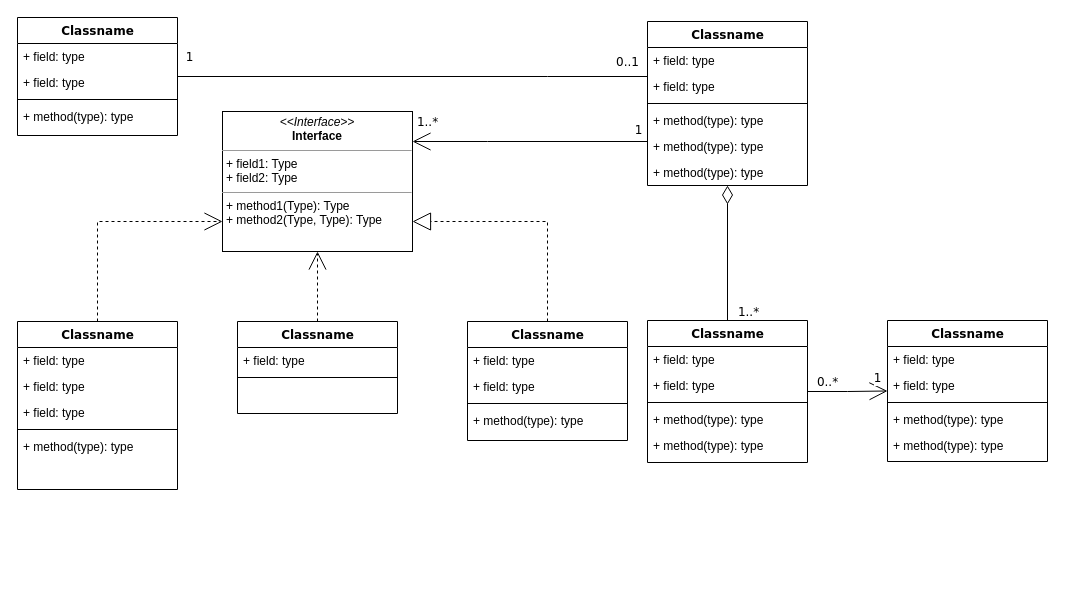
The draw.io diagram page "Page-1" (1 of 2) of bareos.drawio in haclong/drawings, before the edit. Source tidied: cells renumbered, new cells numbered last; positions are measured from the earlier drawing's top-left corner, leaving out a move shared by most shapes. Both pictures are drawn from the tidied source at 100%, with x=0, y=0 at pixel (17, 17).
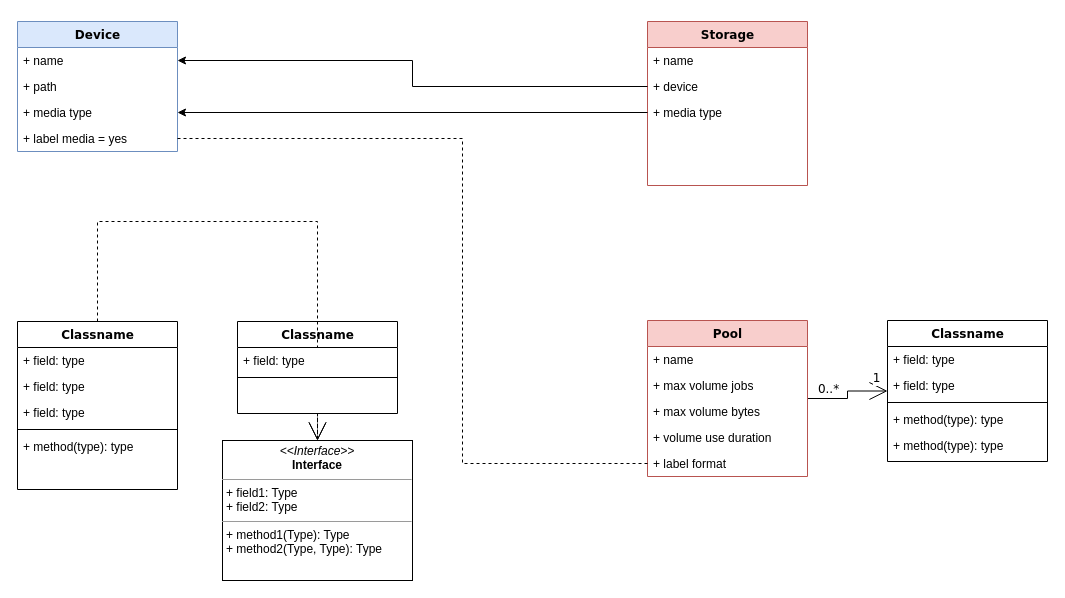
The same diagram, later.

Change to the diagram source:
```diff
@@
-    <mxCell id="9" value="Classname" style="swimlane;html=1;fontStyle=1;align=center;verticalAlign=top;horizontal=1;startSize=26;swimlaneFillColor=#ffffff;rounded=0;shadow=0;comic=0;labelBackgroundColor=none;strokeWidth=1;fillColor=none;fontFamily=Verdana;fontSize=12;" parent="1" vertex="1">
-      <mxGeometry width="160" height="118" as="geometry" />
-    </mxCell>
-    <mxCell id="10" value="+ field: type" style="text;html=1;strokeColor=none;fillColor=none;align=left;verticalAlign=top;spacingLeft=4;spacingRight=4;whiteSpace=wrap;overflow=hidden;points=[[0,0.5],[1,0.5]];portConstraint=eastwest;" parent="9" vertex="1">
-      <mxGeometry y="26" width="160" height="26" as="geometry" />
-    </mxCell>
-    <mxCell id="11" value="+ field: type" style="text;html=1;strokeColor=none;fillColor=none;align=left;verticalAlign=top;spacingLeft=4;spacingRight=4;whiteSpace=wrap;overflow=hidden;" parent="9" vertex="1">
-      <mxGeometry y="52" width="160" height="26" as="geometry" />
-    </mxCell>
-    <mxCell id="12" style="line;html=1;strokeWidth=1;fillColor=none;align=left;verticalAlign=middle;spacingTop=-1;spacingLeft=3;spacingRight=3;labelPosition=right;" parent="9" vertex="1">
-      <mxGeometry y="78" width="160" height="8" as="geometry" />
-    </mxCell>
-    <mxCell id="13" value="+ method(type): type" style="text;html=1;strokeColor=none;fillColor=none;align=left;verticalAlign=top;spacingLeft=4;spacingRight=4;whiteSpace=wrap;overflow=hidden;" parent="9" vertex="1">
-      <mxGeometry y="86" width="160" height="26" as="geometry" />
-    </mxCell>
-    <mxCell id="14" style="edgeStyle=orthogonalEdgeStyle;rounded=0;html=1;labelBackgroundColor=none;startArrow=none;startFill=0;startSize=8;endArrow=open;endFill=0;endSize=16;fontFamily=Verdana;fontSize=12;" parent="1" edge="1" source="20" target="54">
-      <mxGeometry relative="1" as="geometry">
-        <Array as="points">
-          <mxPoint x="470" y="124" />
-          <mxPoint x="470" y="124" />
-        </Array>
-      </mxGeometry>
-    </mxCell>
-    <mxCell id="15" value="1..*" style="text;html=1;align=center;verticalAlign=middle;labelBackgroundColor=#ffffff;fontSize=12;fontFamily=Verdana;" parent="14" vertex="1">
-      <mxGeometry x="0.86" y="2" relative="1" as="geometry">
-        <mxPoint x="-2" y="-22" as="offset" />
-      </mxGeometry>
-    </mxCell>
-    <mxCell id="16" value="1" style="text;html=1;align=center;verticalAlign=middle;labelBackgroundColor=#ffffff;fontSize=12;fontFamily=Verdana;" parent="14" vertex="1">
-      <mxGeometry x="0.36" y="152" relative="1" as="geometry">
-        <mxPoint x="150" y="-164" as="offset" />
-      </mxGeometry>
-    </mxCell>
-    <mxCell id="17" style="edgeStyle=orthogonalEdgeStyle;rounded=0;html=1;labelBackgroundColor=none;startArrow=none;startFill=0;startSize=8;endArrow=none;endFill=0;endSize=16;fontFamily=Verdana;fontSize=12;" parent="1" edge="1" source="20" target="9">
-      <mxGeometry relative="1" as="geometry">
-        <Array as="points">
-          <mxPoint x="530" y="59" />
-          <mxPoint x="530" y="59" />
-        </Array>
-      </mxGeometry>
-    </mxCell>
-    <mxCell id="18" value="0..1" style="text;html=1;align=center;verticalAlign=middle;labelBackgroundColor=#ffffff;fontSize=12;fontFamily=Verdana;" parent="17" vertex="1">
-      <mxGeometry x="-0.57" y="-86" relative="1" as="geometry">
-        <mxPoint x="80" y="71" as="offset" />
-      </mxGeometry>
-    </mxCell>
-    <mxCell id="19" value="1" style="text;html=1;align=center;verticalAlign=middle;labelBackgroundColor=#ffffff;fontSize=12;fontFamily=Verdana;" parent="17" vertex="1">
-      <mxGeometry x="0.89" y="-1" relative="1" as="geometry">
-        <mxPoint x="-15" y="-19" as="offset" />
-      </mxGeometry>
-    </mxCell>
-    <mxCell id="20" value="Classname" style="swimlane;html=1;fontStyle=1;align=center;verticalAlign=top;horizontal=1;startSize=26;swimlaneFillColor=#ffffff;rounded=0;shadow=0;comic=0;labelBackgroundColor=none;strokeWidth=1;fillColor=none;fontFamily=Verdana;fontSize=12;" parent="1" vertex="1">
+    <mxCell id="20" value="Storage" style="swimlane;html=1;fontStyle=1;align=center;verticalAlign=top;horizontal=1;startSize=26;swimlaneFillColor=#ffffff;rounded=0;shadow=0;comic=0;labelBackgroundColor=none;strokeWidth=1;fillColor=#f8cecc;fontFamily=Verdana;fontSize=12;strokeColor=#b85450;" parent="1" vertex="1">
       <mxGeometry x="630" y="4" width="160" height="164" as="geometry" />
     </mxCell>
-    <mxCell id="21" value="+ field: type" style="text;html=1;strokeColor=none;fillColor=none;align=left;verticalAlign=top;spacingLeft=4;spacingRight=4;whiteSpace=wrap;overflow=hidden;" parent="20" vertex="1">
+    <mxCell id="21" value="+ name" style="text;html=1;strokeColor=none;fillColor=none;align=left;verticalAlign=top;spacingLeft=4;spacingRight=4;whiteSpace=wrap;overflow=hidden;" parent="20" vertex="1">
       <mxGeometry y="26" width="160" height="26" as="geometry" />
     </mxCell>
-    <mxCell id="22" value="+ field: type" style="text;html=1;strokeColor=none;fillColor=none;align=left;verticalAlign=top;spacingLeft=4;spacingRight=4;whiteSpace=wrap;overflow=hidden;points=[[0,0.5],[1,0.5]];portConstraint=eastwest;" parent="20" vertex="1">
+    <mxCell id="22" value="+ device" style="text;html=1;strokeColor=none;fillColor=none;align=left;verticalAlign=top;spacingLeft=4;spacingRight=4;whiteSpace=wrap;overflow=hidden;points=[[0,0.5],[1,0.5]];portConstraint=eastwest;" parent="20" vertex="1">
       <mxGeometry y="52" width="160" height="26" as="geometry" />
     </mxCell>
-    <mxCell id="23" style="line;html=1;strokeWidth=1;fillColor=none;align=left;verticalAlign=middle;spacingTop=-1;spacingLeft=3;spacingRight=3;labelPosition=right;" parent="20" vertex="1">
-      <mxGeometry y="78" width="160" height="8" as="geometry" />
-    </mxCell>
-    <mxCell id="24" value="+ method(type): type" style="text;html=1;strokeColor=none;fillColor=none;align=left;verticalAlign=top;spacingLeft=4;spacingRight=4;whiteSpace=wrap;overflow=hidden;" parent="20" vertex="1">
-      <mxGeometry y="86" width="160" height="26" as="geometry" />
-    </mxCell>
-    <mxCell id="25" value="+ method(type): type" style="text;html=1;strokeColor=none;fillColor=none;align=left;verticalAlign=top;spacingLeft=4;spacingRight=4;whiteSpace=wrap;overflow=hidden;" parent="20" vertex="1">
-      <mxGeometry y="112" width="160" height="26" as="geometry" />
-    </mxCell>
-    <mxCell id="26" value="+ method(type): type" style="text;html=1;strokeColor=none;fillColor=none;align=left;verticalAlign=top;spacingLeft=4;spacingRight=4;whiteSpace=wrap;overflow=hidden;" parent="20" vertex="1">
-      <mxGeometry y="138" width="160" height="26" as="geometry" />
-    </mxCell>
+    <mxCell id="55" value="+ media type" style="text;html=1;strokeColor=none;fillColor=none;align=left;verticalAlign=top;spacingLeft=4;spacingRight=4;whiteSpace=wrap;overflow=hidden;points=[[0,0.5],[1,0.5]];portConstraint=eastwest;" parent="20" vertex="1">
+      <mxGeometry y="78" width="160" height="26" as="geometry" />
+    </mxCell>
@@
-    <mxCell id="31" style="edgeStyle=orthogonalEdgeStyle;rounded=0;html=1;labelBackgroundColor=none;startArrow=none;startFill=0;startSize=8;endArrow=diamondThin;endFill=0;endSize=16;fontFamily=Verdana;fontSize=12;" parent="1" edge="1" source="36" target="20">
-      <mxGeometry relative="1" as="geometry" />
-    </mxCell>
-    <mxCell id="32" value="1..*" style="text;html=1;align=center;verticalAlign=middle;labelBackgroundColor=#ffffff;fontSize=12;fontFamily=Verdana;" parent="31" vertex="1">
-      <mxGeometry x="-0.85" y="-1" relative="1" as="geometry">
-        <mxPoint x="19" y="1" as="offset" />
-      </mxGeometry>
-    </mxCell>
@@
-    <mxCell id="36" value="Classname" style="swimlane;html=1;fontStyle=1;align=center;verticalAlign=top;horizontal=1;startSize=26;swimlaneFillColor=#ffffff;rounded=0;shadow=0;comic=0;labelBackgroundColor=none;strokeWidth=1;fillColor=none;fontFamily=Verdana;fontSize=12;" parent="1" vertex="1">
-      <mxGeometry x="630" y="303" width="160" height="142" as="geometry" />
+    <mxCell id="36" value="Pool" style="swimlane;html=1;fontStyle=1;align=center;verticalAlign=top;horizontal=1;startSize=26;swimlaneFillColor=#ffffff;rounded=0;shadow=0;comic=0;labelBackgroundColor=none;strokeWidth=1;fillColor=#f8cecc;fontFamily=Verdana;fontSize=12;strokeColor=#b85450;" parent="1" vertex="1">
+      <mxGeometry x="630" y="303" width="160" height="156" as="geometry" />
     </mxCell>
-    <mxCell id="37" value="+ field: type" style="text;html=1;strokeColor=none;fillColor=none;align=left;verticalAlign=top;spacingLeft=4;spacingRight=4;whiteSpace=wrap;overflow=hidden;" parent="36" vertex="1">
+    <mxCell id="37" value="+ name" style="text;html=1;strokeColor=none;fillColor=none;align=left;verticalAlign=top;spacingLeft=4;spacingRight=4;whiteSpace=wrap;overflow=hidden;" parent="36" vertex="1">
       <mxGeometry y="26" width="160" height="26" as="geometry" />
     </mxCell>
-    <mxCell id="38" value="+ field: type" style="text;html=1;strokeColor=none;fillColor=none;align=left;verticalAlign=top;spacingLeft=4;spacingRight=4;whiteSpace=wrap;overflow=hidden;" parent="36" vertex="1">
+    <mxCell id="38" value="+ max volume jobs" style="text;html=1;strokeColor=none;fillColor=none;align=left;verticalAlign=top;spacingLeft=4;spacingRight=4;whiteSpace=wrap;overflow=hidden;" parent="36" vertex="1">
       <mxGeometry y="52" width="160" height="26" as="geometry" />
     </mxCell>
-    <mxCell id="39" style="line;html=1;strokeWidth=1;fillColor=none;align=left;verticalAlign=middle;spacingTop=-1;spacingLeft=3;spacingRight=3;labelPosition=right;" parent="36" vertex="1">
-      <mxGeometry y="78" width="160" height="8" as="geometry" />
-    </mxCell>
-    <mxCell id="40" value="+ method(type): type" style="text;html=1;strokeColor=none;fillColor=none;align=left;verticalAlign=top;spacingLeft=4;spacingRight=4;whiteSpace=wrap;overflow=hidden;" parent="36" vertex="1">
-      <mxGeometry y="86" width="160" height="26" as="geometry" />
-    </mxCell>
-    <mxCell id="41" value="+ method(type): type" style="text;html=1;strokeColor=none;fillColor=none;align=left;verticalAlign=top;spacingLeft=4;spacingRight=4;whiteSpace=wrap;overflow=hidden;" parent="36" vertex="1">
-      <mxGeometry y="112" width="160" height="26" as="geometry" />
-    </mxCell>
+    <mxCell id="56" value="+ max volume bytes" style="text;html=1;strokeColor=none;fillColor=none;align=left;verticalAlign=top;spacingLeft=4;spacingRight=4;whiteSpace=wrap;overflow=hidden;" parent="36" vertex="1">
+      <mxGeometry y="78" width="160" height="26" as="geometry" />
+    </mxCell>
+    <mxCell id="57" value="+ volume use duration" style="text;html=1;strokeColor=none;fillColor=none;align=left;verticalAlign=top;spacingLeft=4;spacingRight=4;whiteSpace=wrap;overflow=hidden;" parent="36" vertex="1">
+      <mxGeometry y="104" width="160" height="26" as="geometry" />
+    </mxCell>
+    <mxCell id="58" value="+ label format" style="text;html=1;strokeColor=none;fillColor=none;align=left;verticalAlign=top;spacingLeft=4;spacingRight=4;whiteSpace=wrap;overflow=hidden;points=[[0,0.5],[1,0.5]];portConstraint=eastwest;" parent="36" vertex="1">
+      <mxGeometry y="130" width="160" height="26" as="geometry" />
+    </mxCell>
@@
-    <mxCell id="48" style="edgeStyle=orthogonalEdgeStyle;rounded=0;html=1;dashed=1;labelBackgroundColor=none;startArrow=none;startFill=0;startSize=8;endArrow=block;endFill=0;endSize=16;fontFamily=Verdana;fontSize=12;" parent="1" edge="1" source="49" target="54">
-      <mxGeometry relative="1" as="geometry">
-        <Array as="points">
-          <mxPoint x="530" y="204" />
-        </Array>
-      </mxGeometry>
-    </mxCell>
-    <mxCell id="49" value="Classname" style="swimlane;html=1;fontStyle=1;align=center;verticalAlign=top;horizontal=1;startSize=26;swimlaneFillColor=#ffffff;rounded=0;shadow=0;comic=0;labelBackgroundColor=none;strokeWidth=1;fillColor=none;fontFamily=Verdana;fontSize=12;" parent="1" vertex="1">
-      <mxGeometry x="450" y="304" width="160" height="119" as="geometry" />
-    </mxCell>
-    <mxCell id="50" value="+ field: type" style="text;html=1;strokeColor=none;fillColor=none;align=left;verticalAlign=top;spacingLeft=4;spacingRight=4;whiteSpace=wrap;overflow=hidden;" parent="49" vertex="1">
-      <mxGeometry y="26" width="160" height="26" as="geometry" />
-    </mxCell>
-    <mxCell id="51" value="+ field: type" style="text;html=1;strokeColor=none;fillColor=none;align=left;verticalAlign=top;spacingLeft=4;spacingRight=4;whiteSpace=wrap;overflow=hidden;" parent="49" vertex="1">
-      <mxGeometry y="52" width="160" height="26" as="geometry" />
-    </mxCell>
-    <mxCell id="52" style="line;html=1;strokeWidth=1;fillColor=none;align=left;verticalAlign=middle;spacingTop=-1;spacingLeft=3;spacingRight=3;labelPosition=right;" parent="49" vertex="1">
-      <mxGeometry y="78" width="160" height="8" as="geometry" />
-    </mxCell>
-    <mxCell id="53" value="+ method(type): type" style="text;html=1;strokeColor=none;fillColor=none;align=left;verticalAlign=top;spacingLeft=4;spacingRight=4;whiteSpace=wrap;overflow=hidden;" parent="49" vertex="1">
-      <mxGeometry y="86" width="160" height="26" as="geometry" />
-    </mxCell>
     <mxCell id="54" value="&lt;p style=&quot;margin:0px;margin-top:4px;text-align:center;&quot;&gt;&lt;i&gt;&amp;lt;&amp;lt;Interface&amp;gt;&amp;gt;&lt;/i&gt;&lt;br/&gt;&lt;b&gt;Interface&lt;/b&gt;&lt;/p&gt;&lt;hr size=&quot;1&quot;/&gt;&lt;p style=&quot;margin:0px;margin-left:4px;&quot;&gt;+ field1: Type&lt;br/&gt;+ field2: Type&lt;/p&gt;&lt;hr size=&quot;1&quot;/&gt;&lt;p style=&quot;margin:0px;margin-left:4px;&quot;&gt;+ method1(Type): Type&lt;br/&gt;+ method2(Type, Type): Type&lt;/p&gt;" style="verticalAlign=top;align=left;overflow=fill;fontSize=12;fontFamily=Helvetica;html=1;rounded=0;shadow=0;comic=0;labelBackgroundColor=none;strokeWidth=1;" parent="1" vertex="1">
-      <mxGeometry x="205" y="94" width="190" height="140" as="geometry" />
+      <mxGeometry x="205" y="423" width="190" height="140" as="geometry" />
     </mxCell>
+    <mxCell id="9" value="Device" style="swimlane;html=1;fontStyle=1;align=center;verticalAlign=top;horizontal=1;startSize=26;swimlaneFillColor=#ffffff;rounded=0;shadow=0;comic=0;labelBackgroundColor=none;strokeWidth=1;fillColor=#dae8fc;fontFamily=Verdana;fontSize=12;strokeColor=#6c8ebf;" parent="1" vertex="1">
+      <mxGeometry y="4" width="160" height="130" as="geometry" />
+    </mxCell>
+    <mxCell id="10" value="+ name" style="text;html=1;strokeColor=none;fillColor=none;align=left;verticalAlign=top;spacingLeft=4;spacingRight=4;whiteSpace=wrap;overflow=hidden;points=[[0,0.5],[1,0.5]];portConstraint=eastwest;" parent="9" vertex="1">
+      <mxGeometry y="26" width="160" height="26" as="geometry" />
+    </mxCell>
+    <mxCell id="11" value="+ path" style="text;html=1;strokeColor=none;fillColor=none;align=left;verticalAlign=top;spacingLeft=4;spacingRight=4;whiteSpace=wrap;overflow=hidden;" parent="9" vertex="1">
+      <mxGeometry y="52" width="160" height="26" as="geometry" />
+    </mxCell>
+    <mxCell id="59" value="+ media type" style="text;html=1;strokeColor=none;fillColor=none;align=left;verticalAlign=top;spacingLeft=4;spacingRight=4;whiteSpace=wrap;overflow=hidden;points=[[0,0.5],[1,0.5]];portConstraint=eastwest;" parent="9" vertex="1">
+      <mxGeometry y="78" width="160" height="26" as="geometry" />
+    </mxCell>
+    <mxCell id="60" value="+ label media = yes" style="text;html=1;strokeColor=none;fillColor=none;align=left;verticalAlign=top;spacingLeft=4;spacingRight=4;whiteSpace=wrap;overflow=hidden;points=[[0,0.5],[1,0.5]];portConstraint=eastwest;" parent="9" vertex="1">
+      <mxGeometry y="104" width="160" height="26" as="geometry" />
+    </mxCell>
+    <mxCell id="61" style="edgeStyle=none;rounded=0;jettySize=auto;html=1;exitX=1;exitY=0.5;exitDx=0;exitDy=0;endArrow=none;endFill=0;startArrow=classic;startFill=1;" parent="1" edge="1" source="59" target="55">
+      <mxGeometry relative="1" as="geometry" />
+    </mxCell>
+    <mxCell id="62" style="edgeStyle=orthogonalEdgeStyle;rounded=0;jettySize=auto;html=1;exitX=0;exitY=0.5;exitDx=0;exitDy=0;entryX=1;entryY=0.5;entryDx=0;entryDy=0;startArrow=none;startFill=0;endArrow=classic;endFill=1;" parent="1" edge="1" source="22" target="10">
+      <mxGeometry relative="1" as="geometry" />
+    </mxCell>
+    <mxCell id="63" style="edgeStyle=orthogonalEdgeStyle;rounded=0;jettySize=auto;html=1;exitX=1;exitY=0.5;exitDx=0;exitDy=0;entryX=0;entryY=0.5;entryDx=0;entryDy=0;startArrow=none;startFill=0;endArrow=none;endFill=0;dashed=1;" parent="1" edge="1" source="60" target="58">
+      <mxGeometry relative="1" as="geometry">
+        <Array as="points">
+          <mxPoint x="445" y="121" />
+          <mxPoint x="445" y="446" />
+        </Array>
+      </mxGeometry>
+    </mxCell>
```
